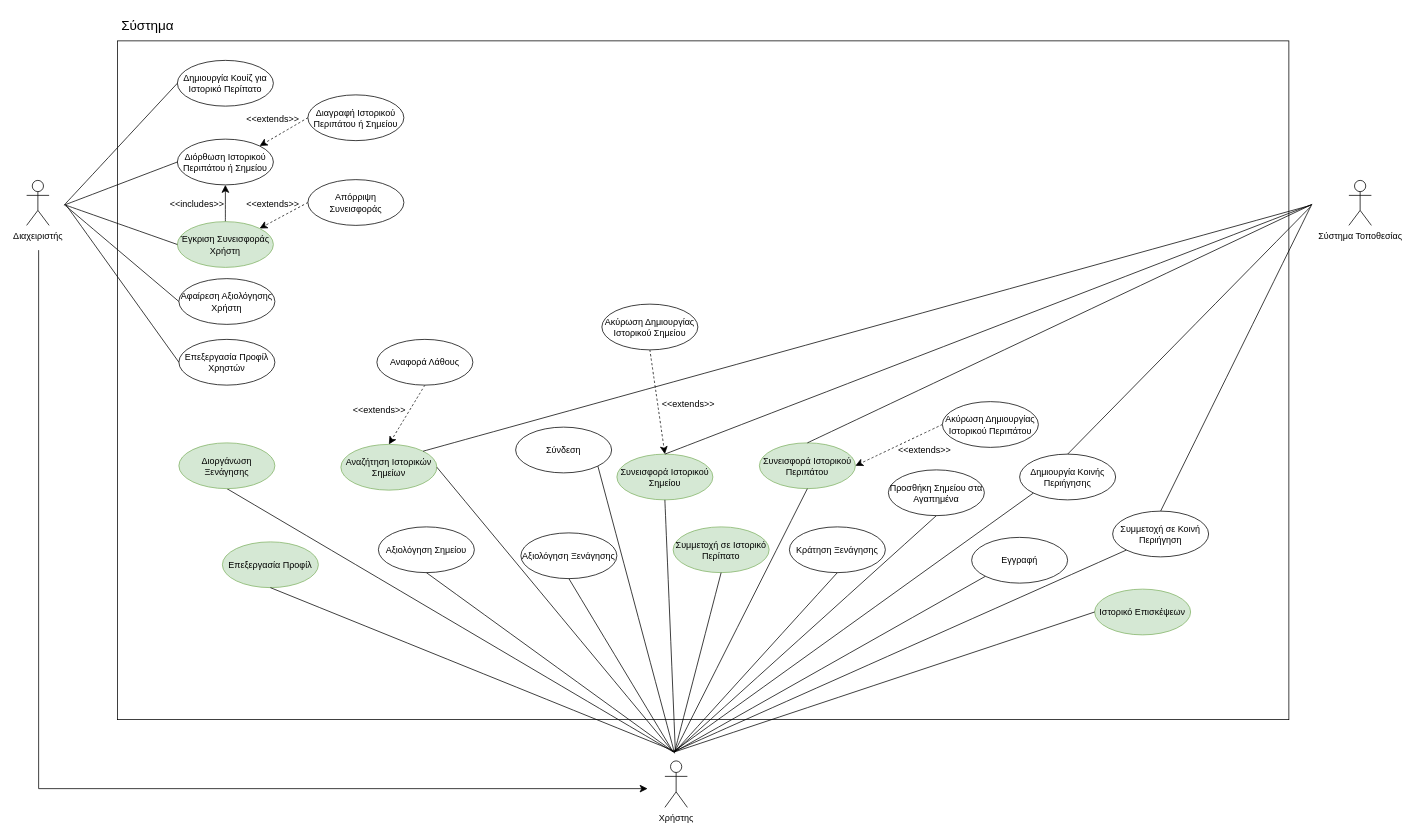
Nektar24/software-engineering keeps this draw.io diagram as NOTES/Use Case Diagram.drawio. Above is the earlier version. Source tidied: cells renumbered, new cells numbered last; positions are measured from the earlier drawing's top-left corner, leaving out a move shared by most shapes. Both pictures are drawn from the tidied source at 75%, with x=0, y=0 at pixel (26, 13).
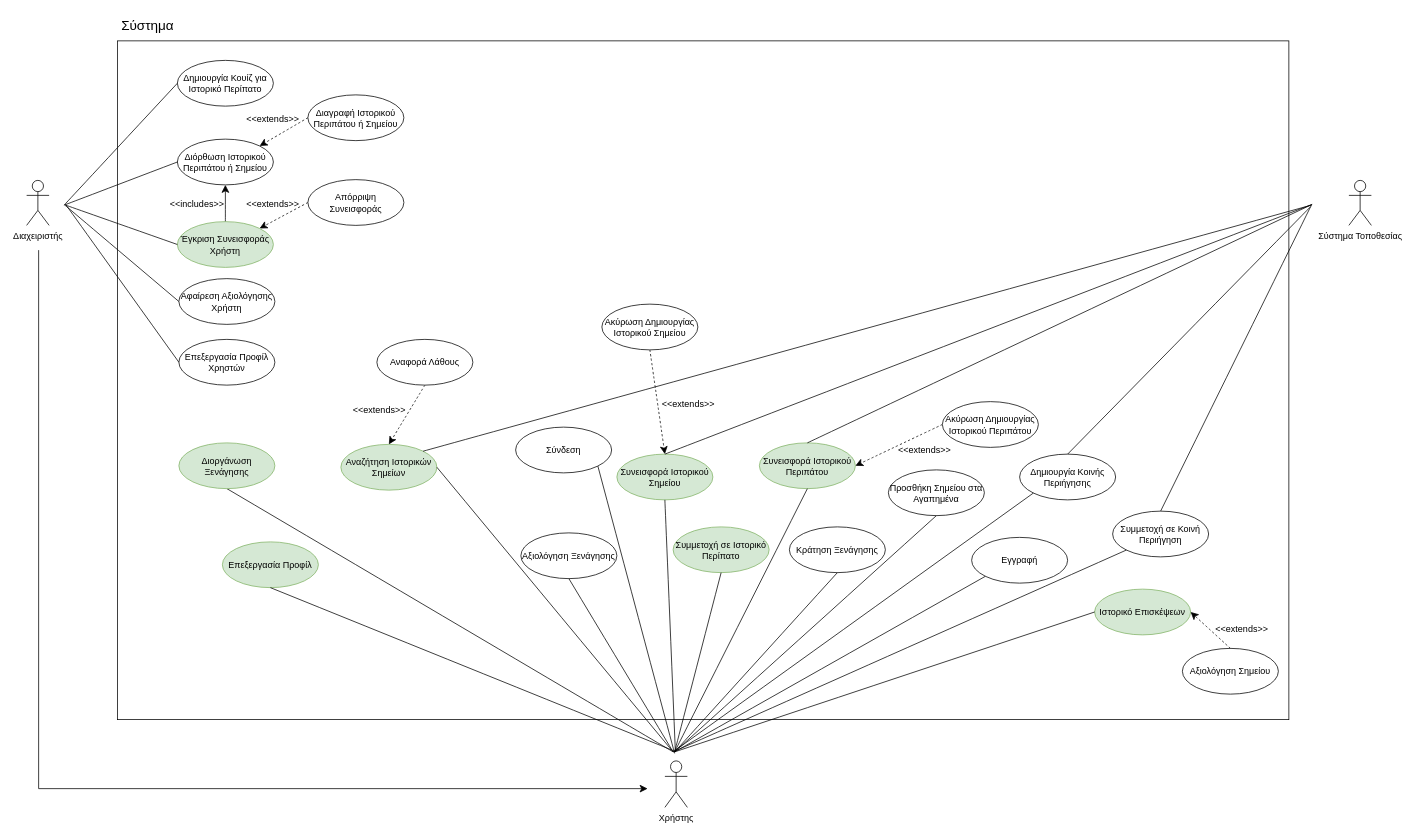
The same diagram, later.

Commit message (it also covers changes not shown here):
use case diagram update

The change refers to these unchanged cells:
```xml
<mxCell id="43" value="Ιστορικό Επισκέψεων" style="ellipse;whiteSpace=wrap;html=1;fillColor=#d5e8d4;strokeColor=#82b366;" parent="1" vertex="1">
  <mxGeometry x="1424" y="768" width="128" height="61" as="geometry" />
</mxCell>
```

What changed in the source:
```diff
@@
     <mxCell id="28" value="Αξιολόγηση Σημείου" style="ellipse;whiteSpace=wrap;html=1;" parent="1" vertex="1">
-      <mxGeometry x="469" y="685" width="128" height="61" as="geometry" />
+      <mxGeometry x="1541" y="847" width="128" height="61" as="geometry" />
     </mxCell>
@@
-    <mxCell id="44" style="endArrow=none;html=1;rounded=0;fontSize=12;startSize=8;endSize=8;curved=1;entryX=0.5;entryY=1;entryDx=0;entryDy=0;" parent="1" edge="1" target="28">
-      <mxGeometry relative="1" as="geometry">
-        <mxPoint x="864" y="986" as="sourcePoint" />
-      </mxGeometry>
-    </mxCell>
@@
+    <mxCell id="70" style="edgeStyle=none;curved=1;rounded=0;jettySize=auto;html=1;exitX=0.5;exitY=0;exitDx=0;exitDy=0;entryX=1;entryY=0.5;entryDx=0;entryDy=0;fontSize=12;startSize=8;endSize=8;dashed=1;" parent="1" edge="1" source="28" target="43">
+      <mxGeometry relative="1" as="geometry" />
+    </mxCell>
+    <mxCell id="71" value="&lt;font style=&quot;font-size: 12px;&quot;&gt;&amp;lt;&amp;lt;&lt;font style=&quot;font-size: 12px;&quot;&gt;extends&amp;gt;&amp;gt;&lt;/font&gt;&lt;/font&gt;" style="text;html=1;align=center;verticalAlign=middle;strokeColor=none;fillColor=none;fontSize=16;" parent="1" vertex="1">
+      <mxGeometry x="1576" y="804" width="88" height="31" as="geometry" />
+    </mxCell>
```
